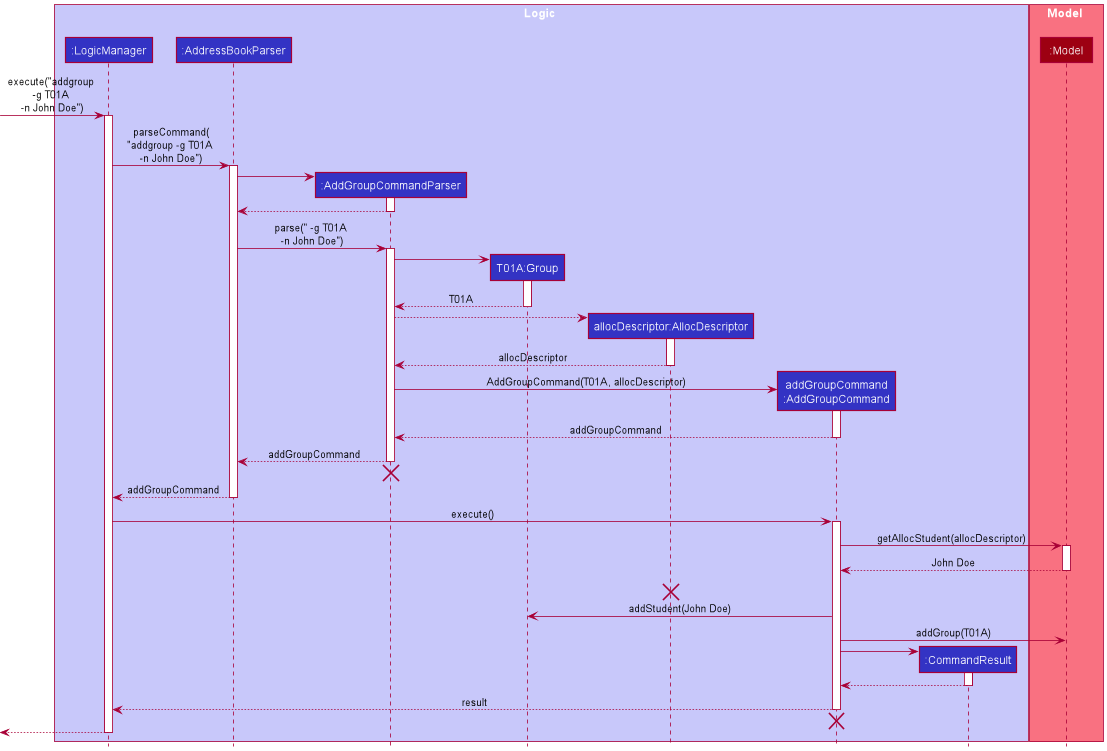
nus-cs2103-AY2122S1/tp keeps this PlantUML diagram as docs/images/AddGroupSequenceDiagram.png. Above is the earlier version.
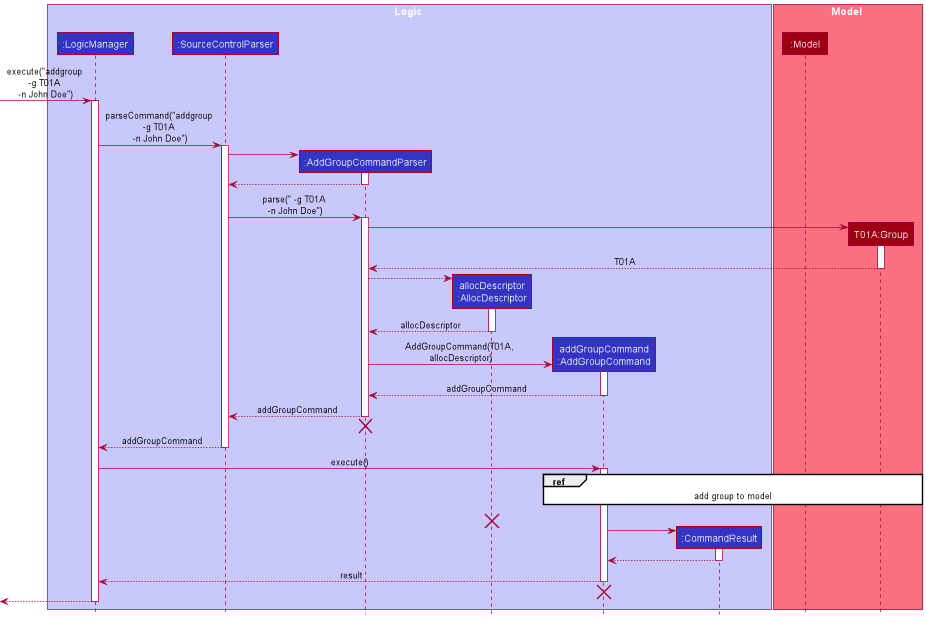
The same diagram one commit later.

Commit message:
Split AddGroupSequenceDiagram

What changed in the source:
```diff
@@ -3,32 +3,32 @@
 
 box Logic LOGIC_COLOR_T1
 participant ":LogicManager" as LogicManager LOGIC_COLOR
-participant ":AddressBookParser" as AddressBookParser LOGIC_COLOR
+participant ":SourceControlParser" as SourceControlParser LOGIC_COLOR
 participant ":AddGroupCommandParser" as AddGroupCommandParser LOGIC_COLOR
-participant "T01A:Group" as Group LOGIC_COLOR
-participant "allocDescriptor:AllocDescriptor" as JohnDoeDescriptor LOGIC_COLOR
+participant "allocDescriptor\n:AllocDescriptor" as JohnDoeDescriptor LOGIC_COLOR
 participant "addGroupCommand\n:AddGroupCommand" as AddGroupCommand LOGIC_COLOR
 participant ":CommandResult" as CommandResult LOGIC_COLOR
 end box
 
 box Model MODEL_COLOR_T1
 participant ":Model" as Model MODEL_COLOR
+participant "T01A:Group" as Group MODEL_COLOR
 end box
 
 [-> LogicManager : execute("addgroup \n-g T01A \n-n John Doe")
 activate LogicManager
 
-LogicManager -> AddressBookParser : parseCommand(\n"addgroup -g T01A \n-n John Doe")
-activate AddressBookParser
+LogicManager -> SourceControlParser : parseCommand("addgroup \n-g T01A \n-n John Doe")
+activate SourceControlParser
 
 create AddGroupCommandParser
-AddressBookParser -> AddGroupCommandParser
+SourceControlParser -> AddGroupCommandParser
 activate AddGroupCommandParser
 
-AddGroupCommandParser --> AddressBookParser
+AddGroupCommandParser --> SourceControlParser
 deactivate AddGroupCommandParser
 
-AddressBookParser -> AddGroupCommandParser : parse(" -g T01A \n-n John Doe")
+SourceControlParser -> AddGroupCommandParser : parse(" -g T01A \n-n John Doe")
 activate AddGroupCommandParser
 
 create Group
@@ -46,34 +46,27 @@
 deactivate JohnDoeDescriptor
 
 create AddGroupCommand
-AddGroupCommandParser -> AddGroupCommand : AddGroupCommand(T01A, allocDescriptor)
+AddGroupCommandParser -> AddGroupCommand : AddGroupCommand(T01A, \nallocDescriptor)
 activate AddGroupCommand
 
 AddGroupCommand --> AddGroupCommandParser : addGroupCommand
 deactivate AddGroupCommand
 
-AddGroupCommandParser --> AddressBookParser : addGroupCommand
+AddGroupCommandParser --> SourceControlParser : addGroupCommand
 deactivate AddGroupCommandParser
-AddGroupCommandParser -[hidden]-> AddressBookParser
+AddGroupCommandParser -[hidden]-> SourceControlParser
 destroy AddGroupCommandParser
 
-AddressBookParser --> LogicManager : addGroupCommand
-deactivate AddressBookParser
+SourceControlParser --> LogicManager : addGroupCommand
+deactivate SourceControlParser
 
 LogicManager -> AddGroupCommand : execute()
 activate AddGroupCommand
 
-AddGroupCommand -> Model : getAllocStudent(allocDescriptor)
-activate Model
+ref over AddGroupCommand, Model, Group: add group to model
 
-Model --> AddGroupCommand : John Doe
-deactivate Model
 JohnDoeDescriptor -[hidden]-> JohnDoeDescriptor
 destroy JohnDoeDescriptor
-
-AddGroupCommand -> Group : addStudent(John Doe)
-
-AddGroupCommand -> Model : addGroup(T01A)
 
 create CommandResult
 AddGroupCommand -> CommandResult
```
